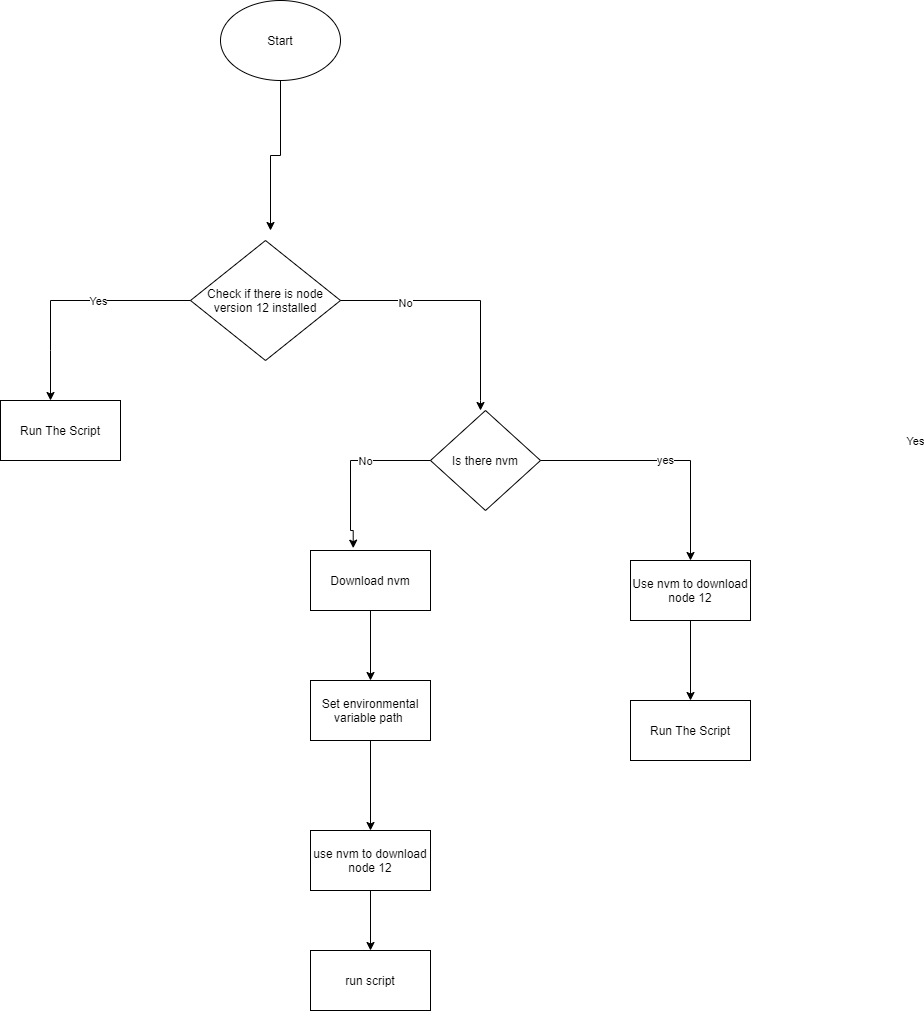
sammychinedu2ky/powershellautomation keeps this draw.io diagram as implementationflow.png. Above is the earlier version. Source tidied: cells renumbered, new cells last; positions are measured from the earlier drawing's top-left corner, leaving out a move shared by most shapes.
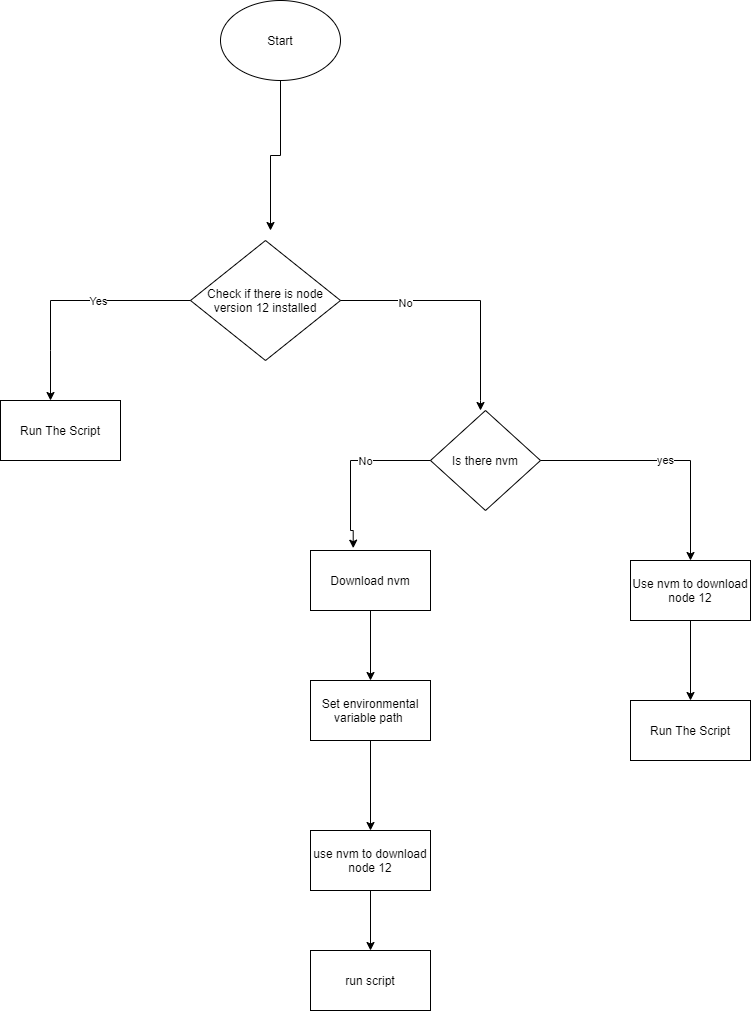
The same diagram one commit later.

What changed in the source:
```diff
@@ -68,11 +68,6 @@
         </Array>
       </mxGeometry>
     </mxCell>
-    <mxCell id="16" value="Yes" style="edgeLabel;html=1;align=center;verticalAlign=middle;" parent="15" vertex="1">
-      <mxGeometry x="-0.49" y="-2" relative="1" as="geometry">
-        <mxPoint x="310" y="-22" as="offset" />
-      </mxGeometry>
-    </mxCell>
     <mxCell id="17" style="edgeStyle=orthogonalEdgeStyle;rounded=0;jettySize=auto;html=1;" parent="1" edge="1" source="18" target="19">
       <mxGeometry relative="1" as="geometry" />
     </mxCell>
```
